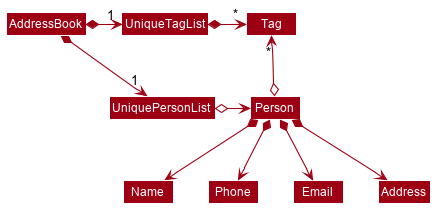
Above: docs/images/BetterModelClassDiagram.png in nus-cs2103-AY1920S1/addressbook-level3 (PlantUML), before the change.
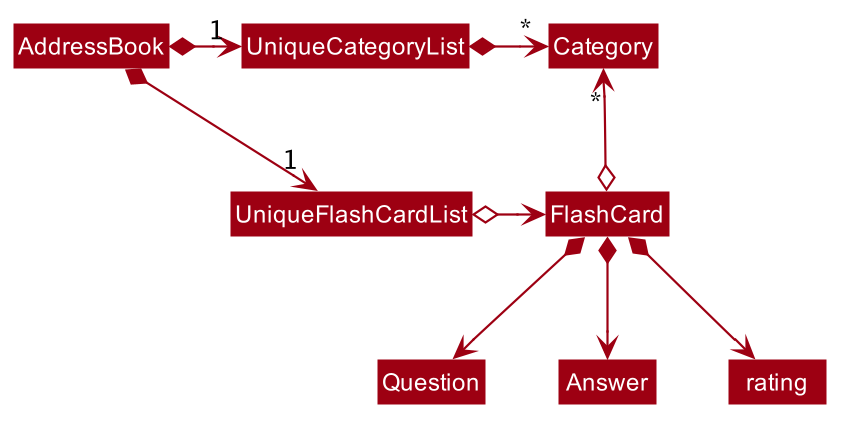
After the commit.

The edit, as a diff of the source:
```diff
@@ -1,4 +1,6 @@
 @startuml
+
+
 
 
 
@@ -51,18 +53,17 @@
 skinparam arrowColor #9D0012
 skinparam classBackgroundColor #9D0012
 
-AddressBook *-right-> "1" UniquePersonList
-AddressBook *-right-> "1" UniqueTagList
-UniqueTagList -[hidden]down- UniquePersonList
-UniqueTagList -[hidden]down- UniquePersonList
+AddressBook *-right-> "1" UniqueFlashCardList
+AddressBook *-right-> "1" UniqueCategoryList
+UniqueCategoryList -[hidden]down- UniqueFlashCardList
+UniqueCategoryList -[hidden]down- UniqueFlashCardList
 
-UniqueTagList *-right-> "*" Tag
-UniquePersonList o-right-> Person
+UniqueCategoryList *-right-> "*" Category
+UniqueFlashCardList o-right-> FlashCard
 
-Person o-up-> "*" Tag
+FlashCard o-up-> "*" Category
 
-Person *--> Name
-Person *--> Phone
-Person *--> Email
-Person *--> Address
+FlashCard *--> Question
+FlashCard *--> Answer
+FlashCard *--> rating
 @enduml
```
